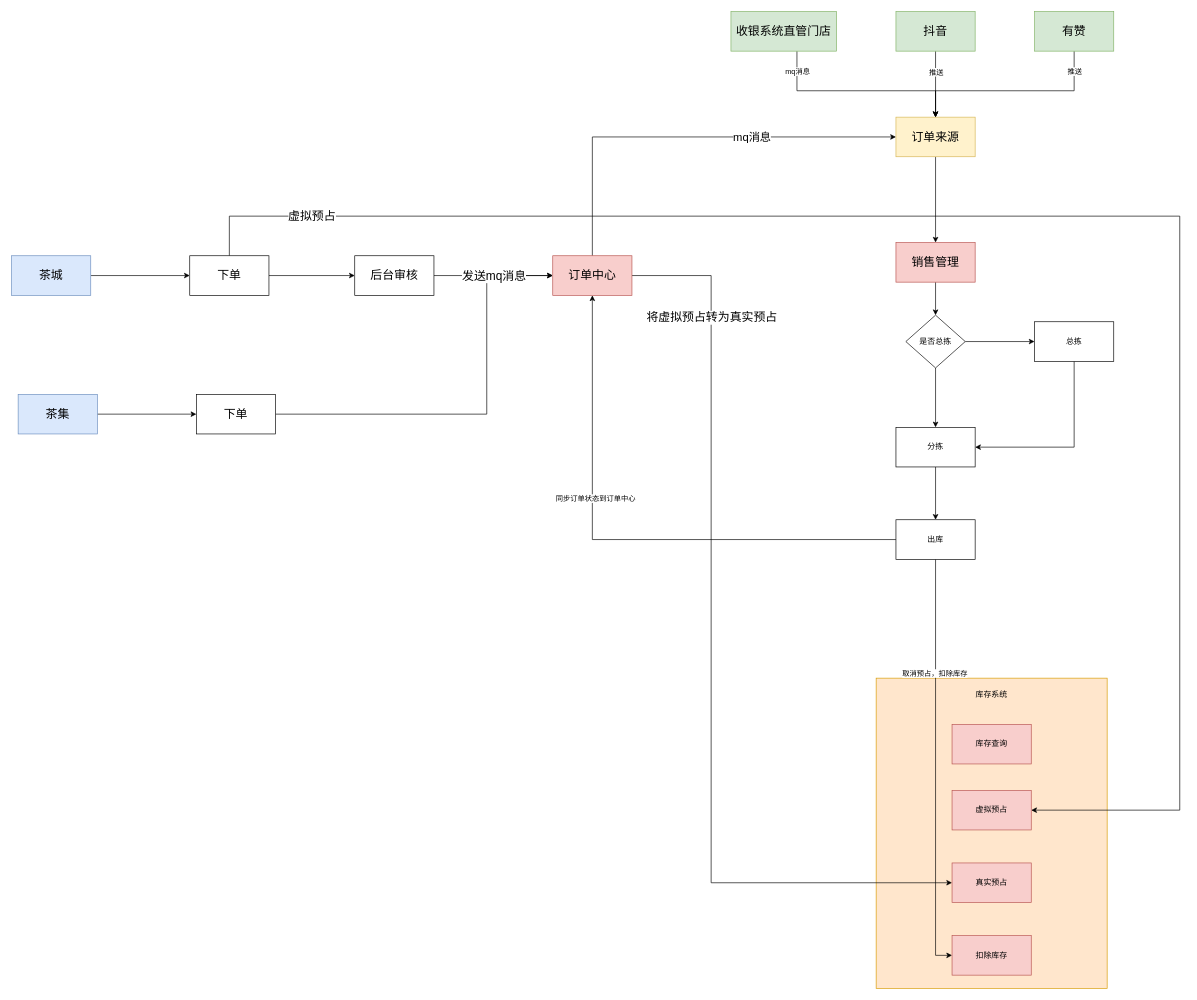
The draw.io diagram 醉品系统业务流程.drawio in linbingxing/mind, before the edit. Source tidied: cells renumbered, new cells numbered last; positions are measured from the earlier drawing's top-left corner, leaving out a move shared by most shapes. Both pictures are drawn from the tidied source at 66%, with x=0, y=0 at pixel (11, 11).
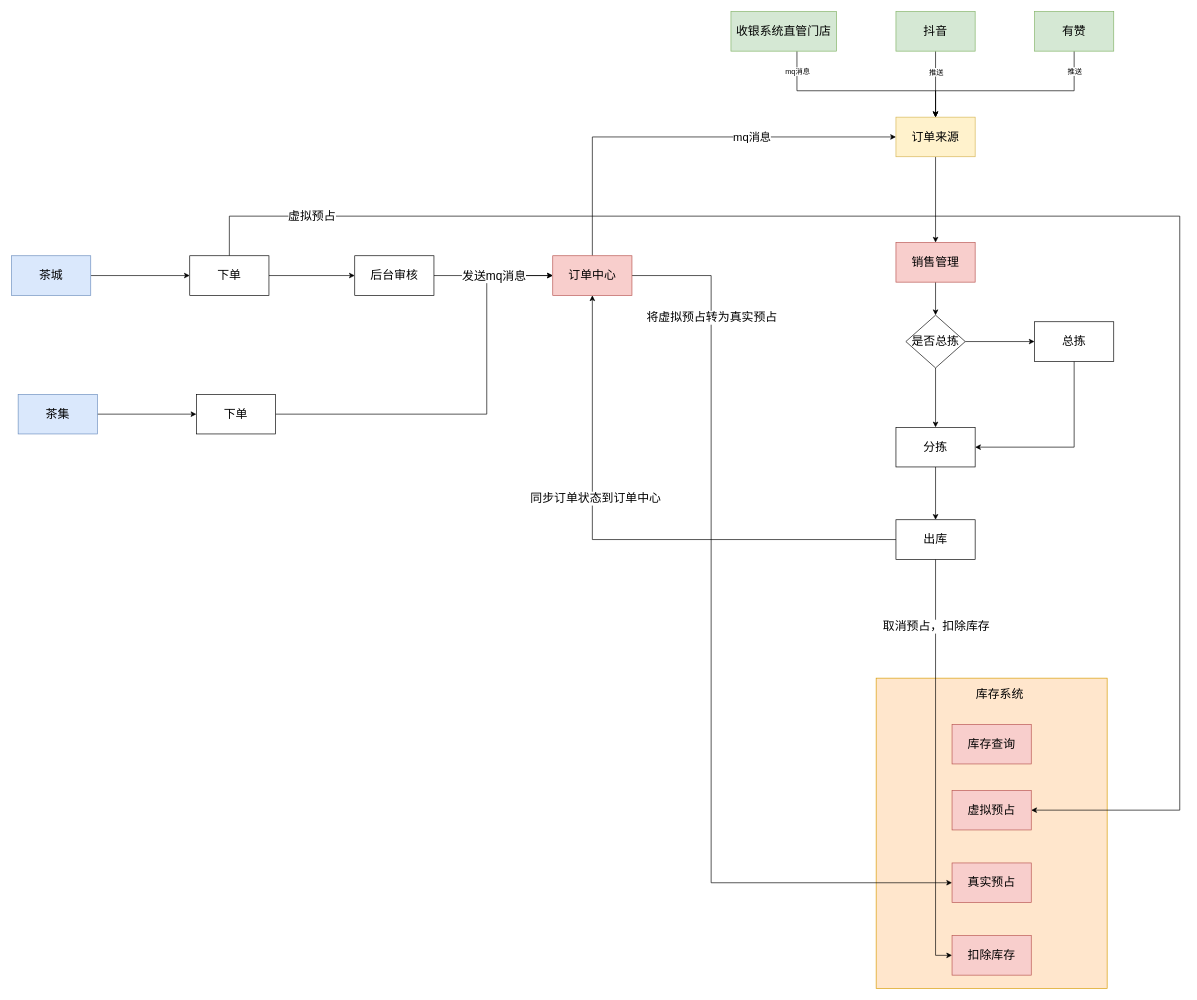
The same diagram, later.

Commit message:
更新醉品系统业务流程.drawio

Unchanged cells that the change refers to:
```xml
<mxCell id="33" style="edgeStyle=orthogonalEdgeStyle;rounded=0;jettySize=auto;html=1;entryX=0;entryY=0.5;entryDx=0;entryDy=0;" parent="1" edge="1" source="37" target="38">
  <mxGeometry relative="1" as="geometry">
    <Array as="points">
      <mxPoint x="1400" y="1430" />
    </Array>
  </mxGeometry>
</mxCell>
<mxCell id="35" style="edgeStyle=orthogonalEdgeStyle;rounded=0;jettySize=auto;html=1;entryX=0.5;entryY=1;entryDx=0;entryDy=0;" parent="1" edge="1" source="37" target="9">
  <mxGeometry relative="1" as="geometry" />
</mxCell>
```

Change to the diagram source:
```diff
@@
-    <mxCell id="16" value="库存系统" style="text;html=1;strokeColor=none;fillColor=none;align=center;verticalAlign=middle;whiteSpace=wrap;rounded=0;" parent="1" vertex="1">
-      <mxGeometry x="1455" y="1020" width="60" height="30" as="geometry" />
+    <mxCell id="16" value="&lt;font style=&quot;font-size: 18px&quot;&gt;库存系统&lt;/font&gt;" style="text;html=1;strokeColor=none;fillColor=none;align=center;verticalAlign=middle;whiteSpace=wrap;rounded=0;" parent="1" vertex="1">
+      <mxGeometry x="1455" y="1020" width="85" height="30" as="geometry" />
     </mxCell>
-    <mxCell id="17" value="库存查询" style="rounded=0;whiteSpace=wrap;html=1;fillColor=#f8cecc;strokeColor=#b85450;" parent="1" vertex="1">
+    <mxCell id="17" value="&lt;font style=&quot;font-size: 18px&quot;&gt;库存查询&lt;/font&gt;" style="rounded=0;whiteSpace=wrap;html=1;fillColor=#f8cecc;strokeColor=#b85450;" parent="1" vertex="1">
       <mxGeometry x="1425" y="1080" width="120" height="60" as="geometry" />
     </mxCell>
-    <mxCell id="18" value="虚拟预占" style="rounded=0;whiteSpace=wrap;html=1;fillColor=#f8cecc;strokeColor=#b85450;" parent="1" vertex="1">
+    <mxCell id="18" value="&lt;font style=&quot;font-size: 18px&quot;&gt;虚拟预占&lt;/font&gt;" style="rounded=0;whiteSpace=wrap;html=1;fillColor=#f8cecc;strokeColor=#b85450;" parent="1" vertex="1">
       <mxGeometry x="1425" y="1180" width="120" height="60" as="geometry" />
     </mxCell>
-    <mxCell id="19" value="真实预占" style="rounded=0;whiteSpace=wrap;html=1;fillColor=#f8cecc;strokeColor=#b85450;" parent="1" vertex="1">
+    <mxCell id="19" value="&lt;font style=&quot;font-size: 18px&quot;&gt;真实预占&lt;/font&gt;" style="rounded=0;whiteSpace=wrap;html=1;fillColor=#f8cecc;strokeColor=#b85450;" parent="1" vertex="1">
       <mxGeometry x="1425" y="1290" width="120" height="60" as="geometry" />
     </mxCell>
@@
-    <mxCell id="28" value="是否总拣" style="rhombus;whiteSpace=wrap;html=1;rounded=0;" parent="1" vertex="1">
+    <mxCell id="28" value="&lt;font style=&quot;font-size: 18px&quot;&gt;是否总拣&lt;/font&gt;" style="rhombus;whiteSpace=wrap;html=1;rounded=0;" parent="1" vertex="1">
       <mxGeometry x="1355" y="460" width="90" height="80" as="geometry" />
     </mxCell>
@@
-    <mxCell id="30" value="分拣" style="whiteSpace=wrap;html=1;rounded=0;" parent="1" vertex="1">
+    <mxCell id="30" value="&lt;font style=&quot;font-size: 18px&quot;&gt;分拣&lt;/font&gt;" style="whiteSpace=wrap;html=1;rounded=0;" parent="1" vertex="1">
       <mxGeometry x="1340" y="630" width="120" height="60" as="geometry" />
     </mxCell>
@@
-    <mxCell id="32" value="总拣" style="whiteSpace=wrap;html=1;rounded=0;" parent="1" vertex="1">
+    <mxCell id="32" value="&lt;font style=&quot;font-size: 18px&quot;&gt;总拣&lt;/font&gt;" style="whiteSpace=wrap;html=1;rounded=0;" parent="1" vertex="1">
       <mxGeometry x="1550" y="470" width="120" height="60" as="geometry" />
     </mxCell>
@@
-    <mxCell id="34" value="取消预占，扣除库存" style="edgeLabel;html=1;align=center;verticalAlign=middle;" parent="33" vertex="1">
-      <mxGeometry x="-0.45" y="-2" relative="1" as="geometry" />
+    <mxCell id="34" value="取消预占，扣除库存" style="edgeLabel;html=1;align=center;verticalAlign=middle;fontSize=18;" parent="33" vertex="1">
+      <mxGeometry x="-0.45" y="-2" relative="1" as="geometry">
+        <mxPoint x="2" y="-71" as="offset" />
+      </mxGeometry>
     </mxCell>
@@
-    <mxCell id="36" value="同步订单状态到订单中心" style="edgeLabel;html=1;align=center;verticalAlign=middle;" parent="35" vertex="1">
+    <mxCell id="36" value="同步订单状态到订单中心" style="edgeLabel;html=1;align=center;verticalAlign=middle;fontSize=18;" parent="35" vertex="1">
       <mxGeometry x="0.26" y="-4" relative="1" as="geometry" />
     </mxCell>
-    <mxCell id="37" value="出库" style="whiteSpace=wrap;html=1;rounded=0;" parent="1" vertex="1">
+    <mxCell id="37" value="&lt;font style=&quot;font-size: 18px&quot;&gt;出库&lt;/font&gt;" style="whiteSpace=wrap;html=1;rounded=0;" parent="1" vertex="1">
       <mxGeometry x="1340" y="770" width="120" height="60" as="geometry" />
     </mxCell>
-    <mxCell id="38" value="扣除库存" style="rounded=0;whiteSpace=wrap;html=1;fillColor=#f8cecc;strokeColor=#b85450;" parent="1" vertex="1">
+    <mxCell id="38" value="&lt;font style=&quot;font-size: 18px&quot;&gt;扣除库存&lt;/font&gt;" style="rounded=0;whiteSpace=wrap;html=1;fillColor=#f8cecc;strokeColor=#b85450;" parent="1" vertex="1">
       <mxGeometry x="1425" y="1400" width="120" height="60" as="geometry" />
     </mxCell>
```
